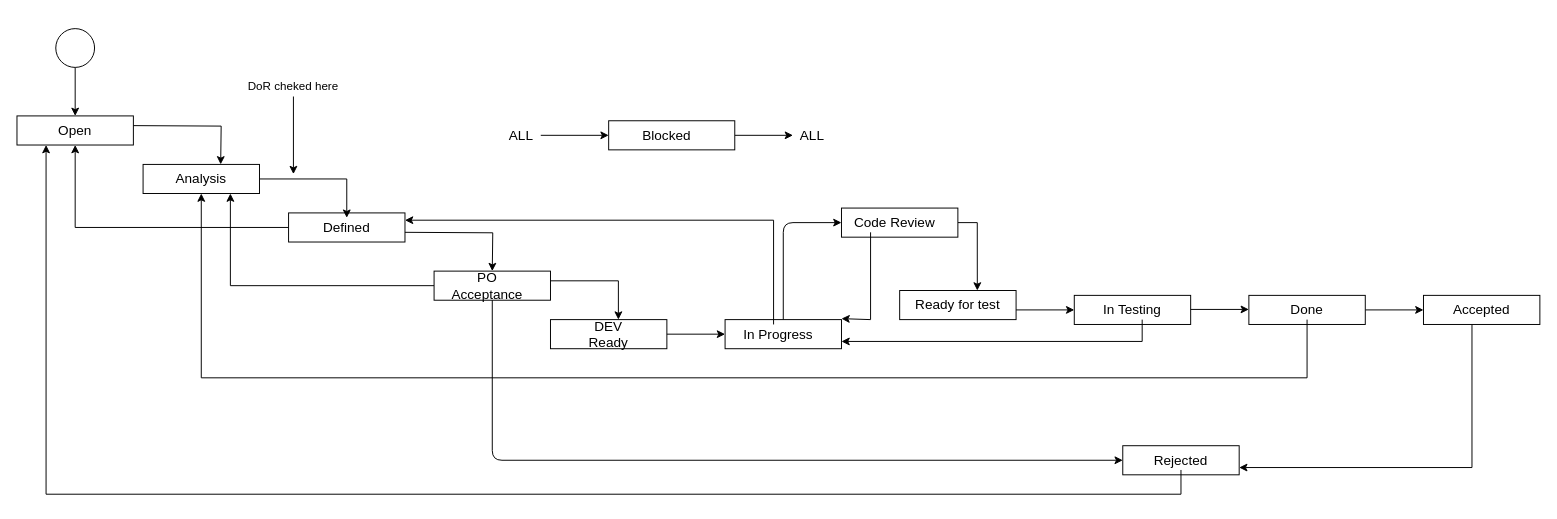
Earlier version of the draw.io diagram page "Workflow - User Story" (2 of 4) of Untitled Diagram.drawio (j-croix/Python_basics). Source tidied: cells renumbered, new cells numbered last; positions are measured from the earlier drawing's top-left corner, leaving out a move shared by most shapes. Both pictures are drawn from the tidied source at 97%, with x=0, y=0 at pixel (16, 28).
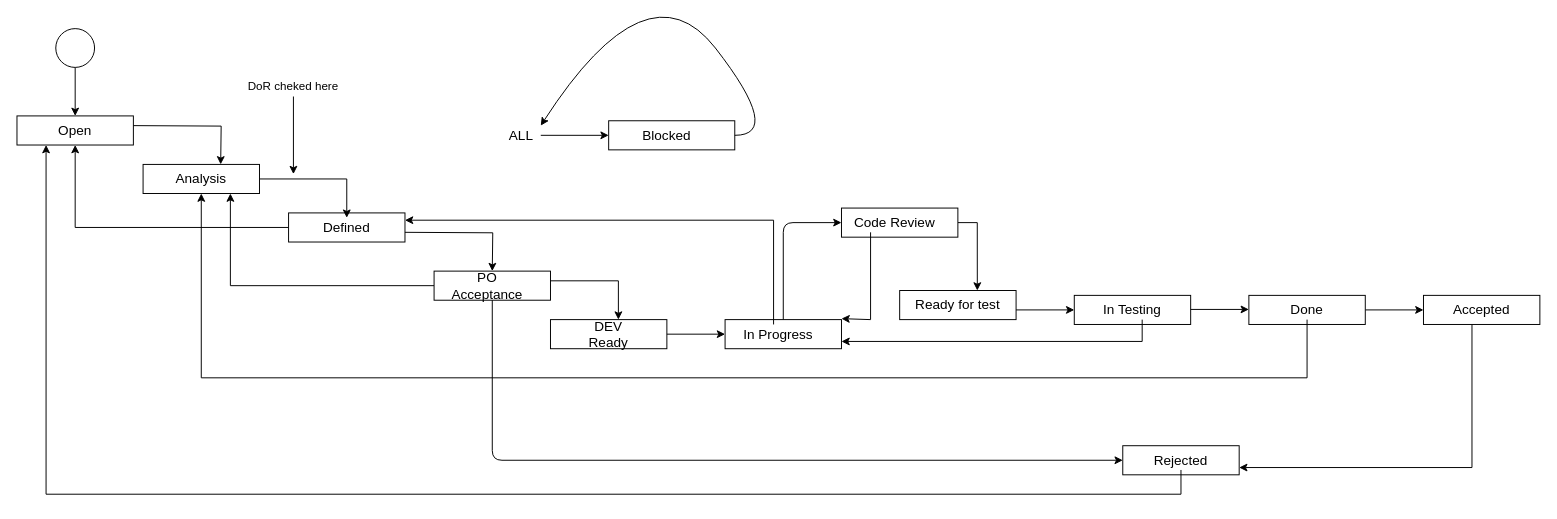
Above is the later version.

The change refers to these unchanged cells:
```xml
<mxCell id="50" style="rounded=0;whiteSpace=wrap;html=1;" parent="1" vertex="1">
  <mxGeometry x="610" y="95" width="130" height="30" as="geometry" />
</mxCell>
<mxCell id="53" value="&lt;font style=&quot;font-size: 14px&quot;&gt;ALL&lt;/font&gt;" style="text;html=1;strokeColor=none;fillColor=none;align=center;verticalAlign=middle;whiteSpace=wrap;rounded=0;" parent="1" vertex="1">
  <mxGeometry x="500" y="100" width="40" height="20" as="geometry" />
</mxCell>
```

Change to the diagram source:
```diff
@@
-    <mxCell id="49" style="edgeStyle=orthogonalEdgeStyle;rounded=0;jettySize=auto;html=1;" parent="1" edge="1" source="50" target="54">
-      <mxGeometry relative="1" as="geometry" />
-    </mxCell>
@@
-    <mxCell id="54" value="&lt;font style=&quot;font-size: 14px&quot;&gt;ALL&lt;/font&gt;" style="text;html=1;strokeColor=none;fillColor=none;align=center;verticalAlign=middle;whiteSpace=wrap;rounded=0;" parent="1" vertex="1">
-      <mxGeometry x="800" y="100" width="40" height="20" as="geometry" />
-    </mxCell>
+    <mxCell id="55" style="curved=1;endArrow=classic;html=1;entryX=1;entryY=0;entryDx=0;entryDy=0;" parent="1" edge="1" target="53">
+      <mxGeometry relative="1" as="geometry">
+        <mxPoint x="740" y="110" as="sourcePoint" />
+        <Array as="points">
+          <mxPoint x="790" y="110" />
+          <mxPoint x="650" y="-70" />
+        </Array>
+      </mxGeometry>
+    </mxCell>
```
